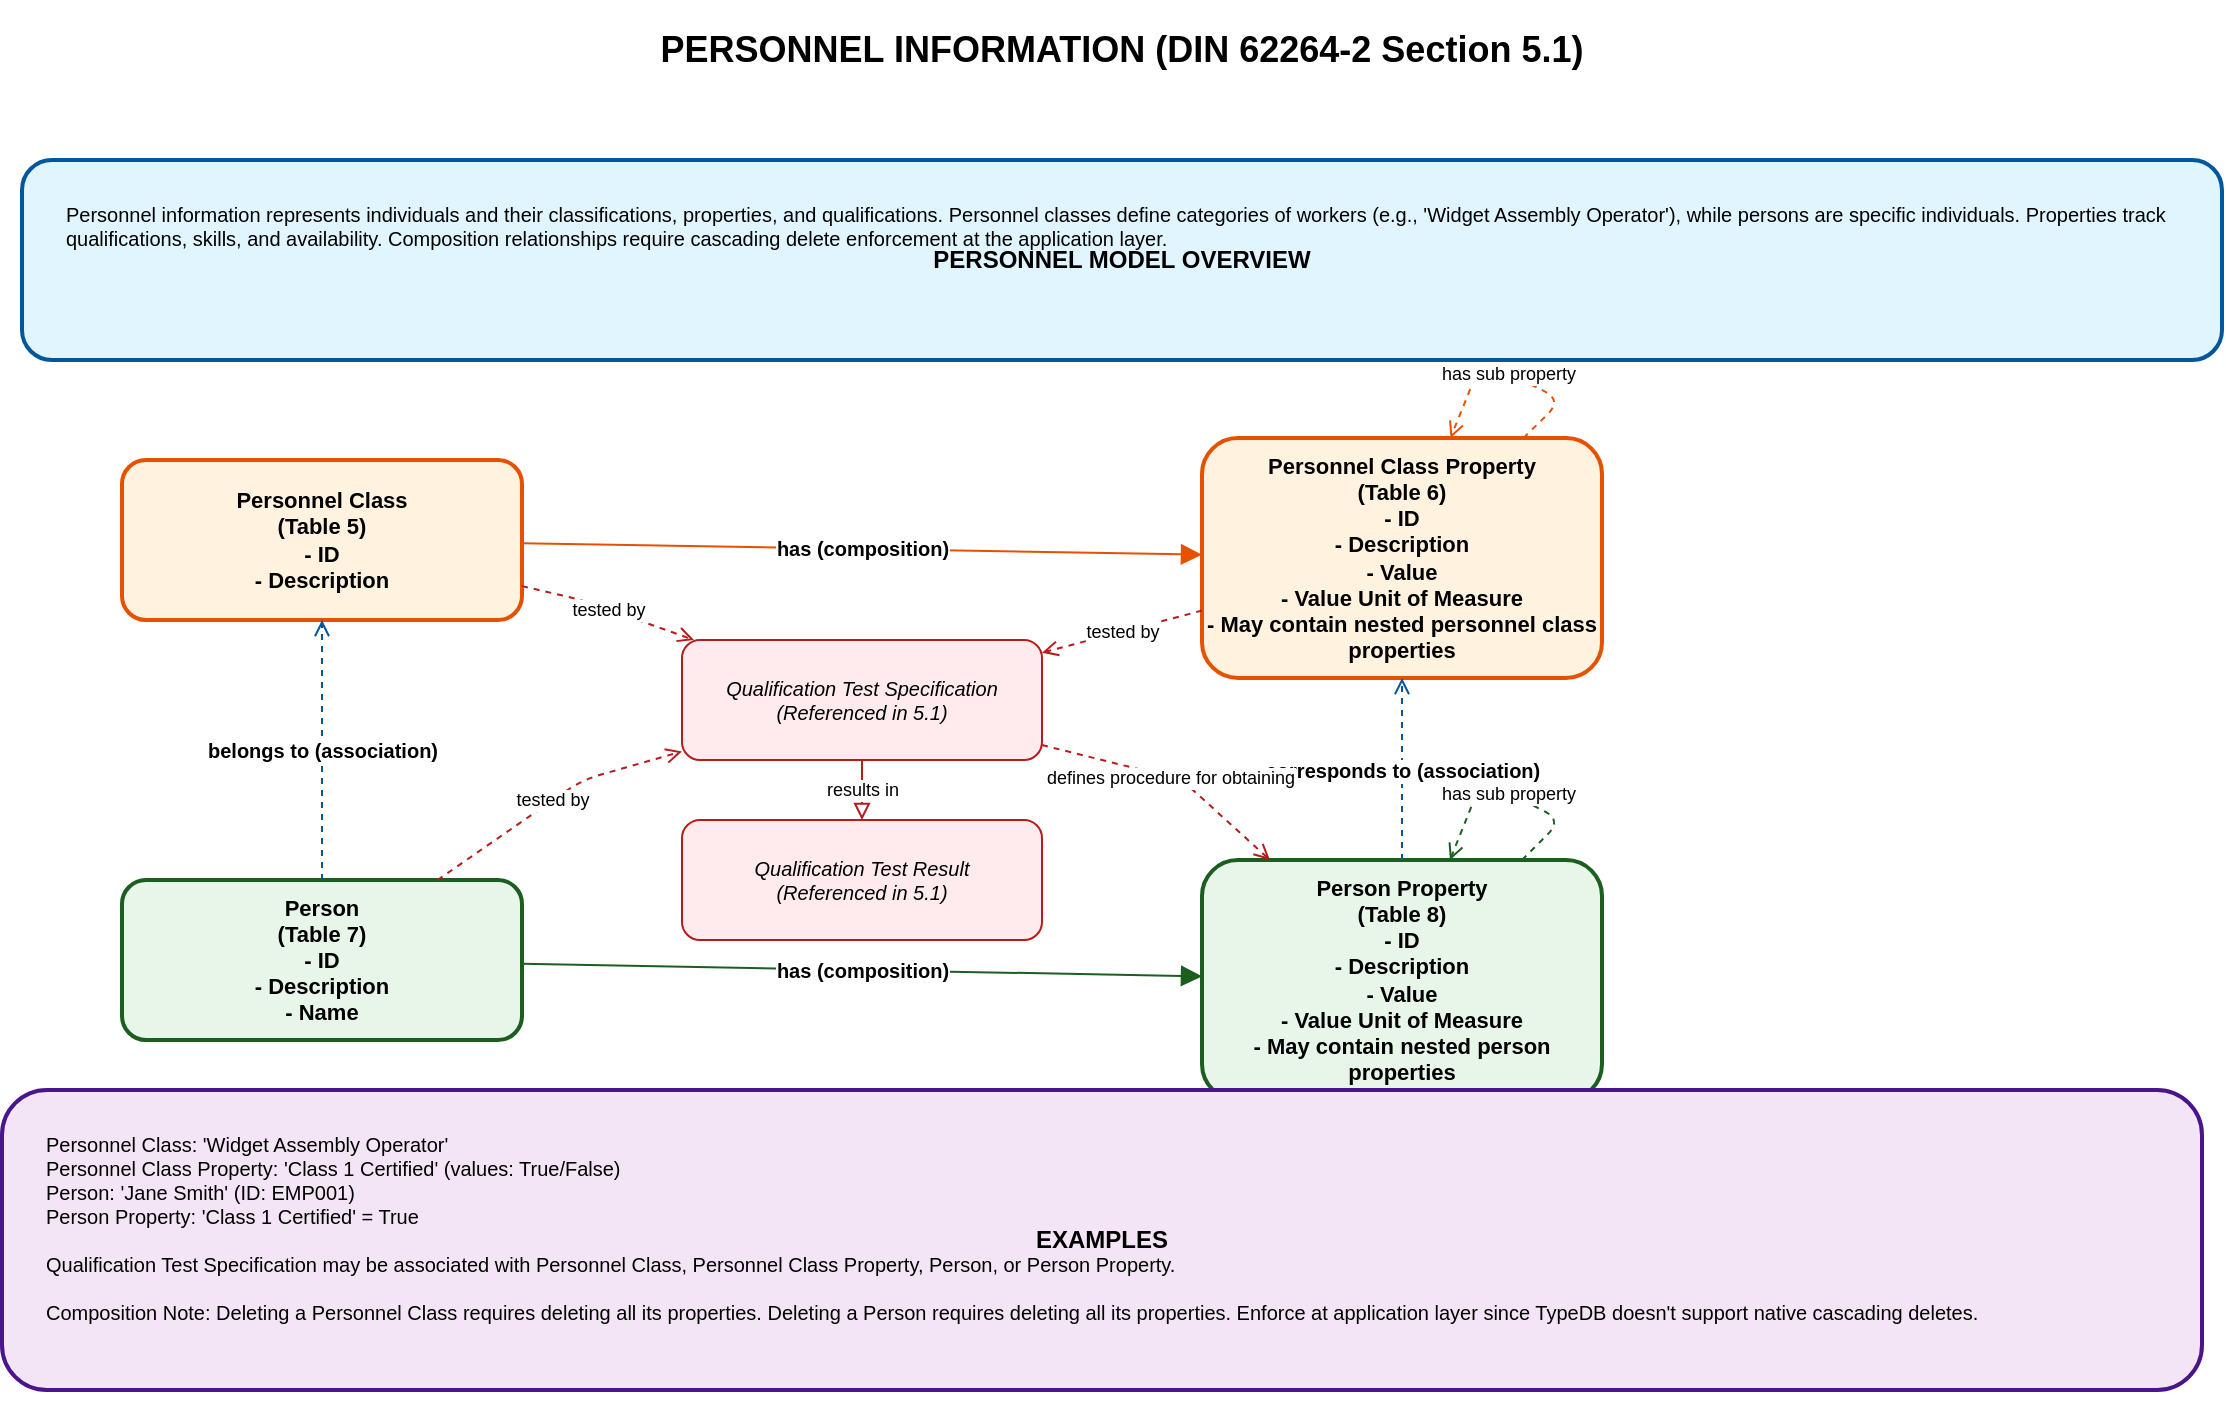
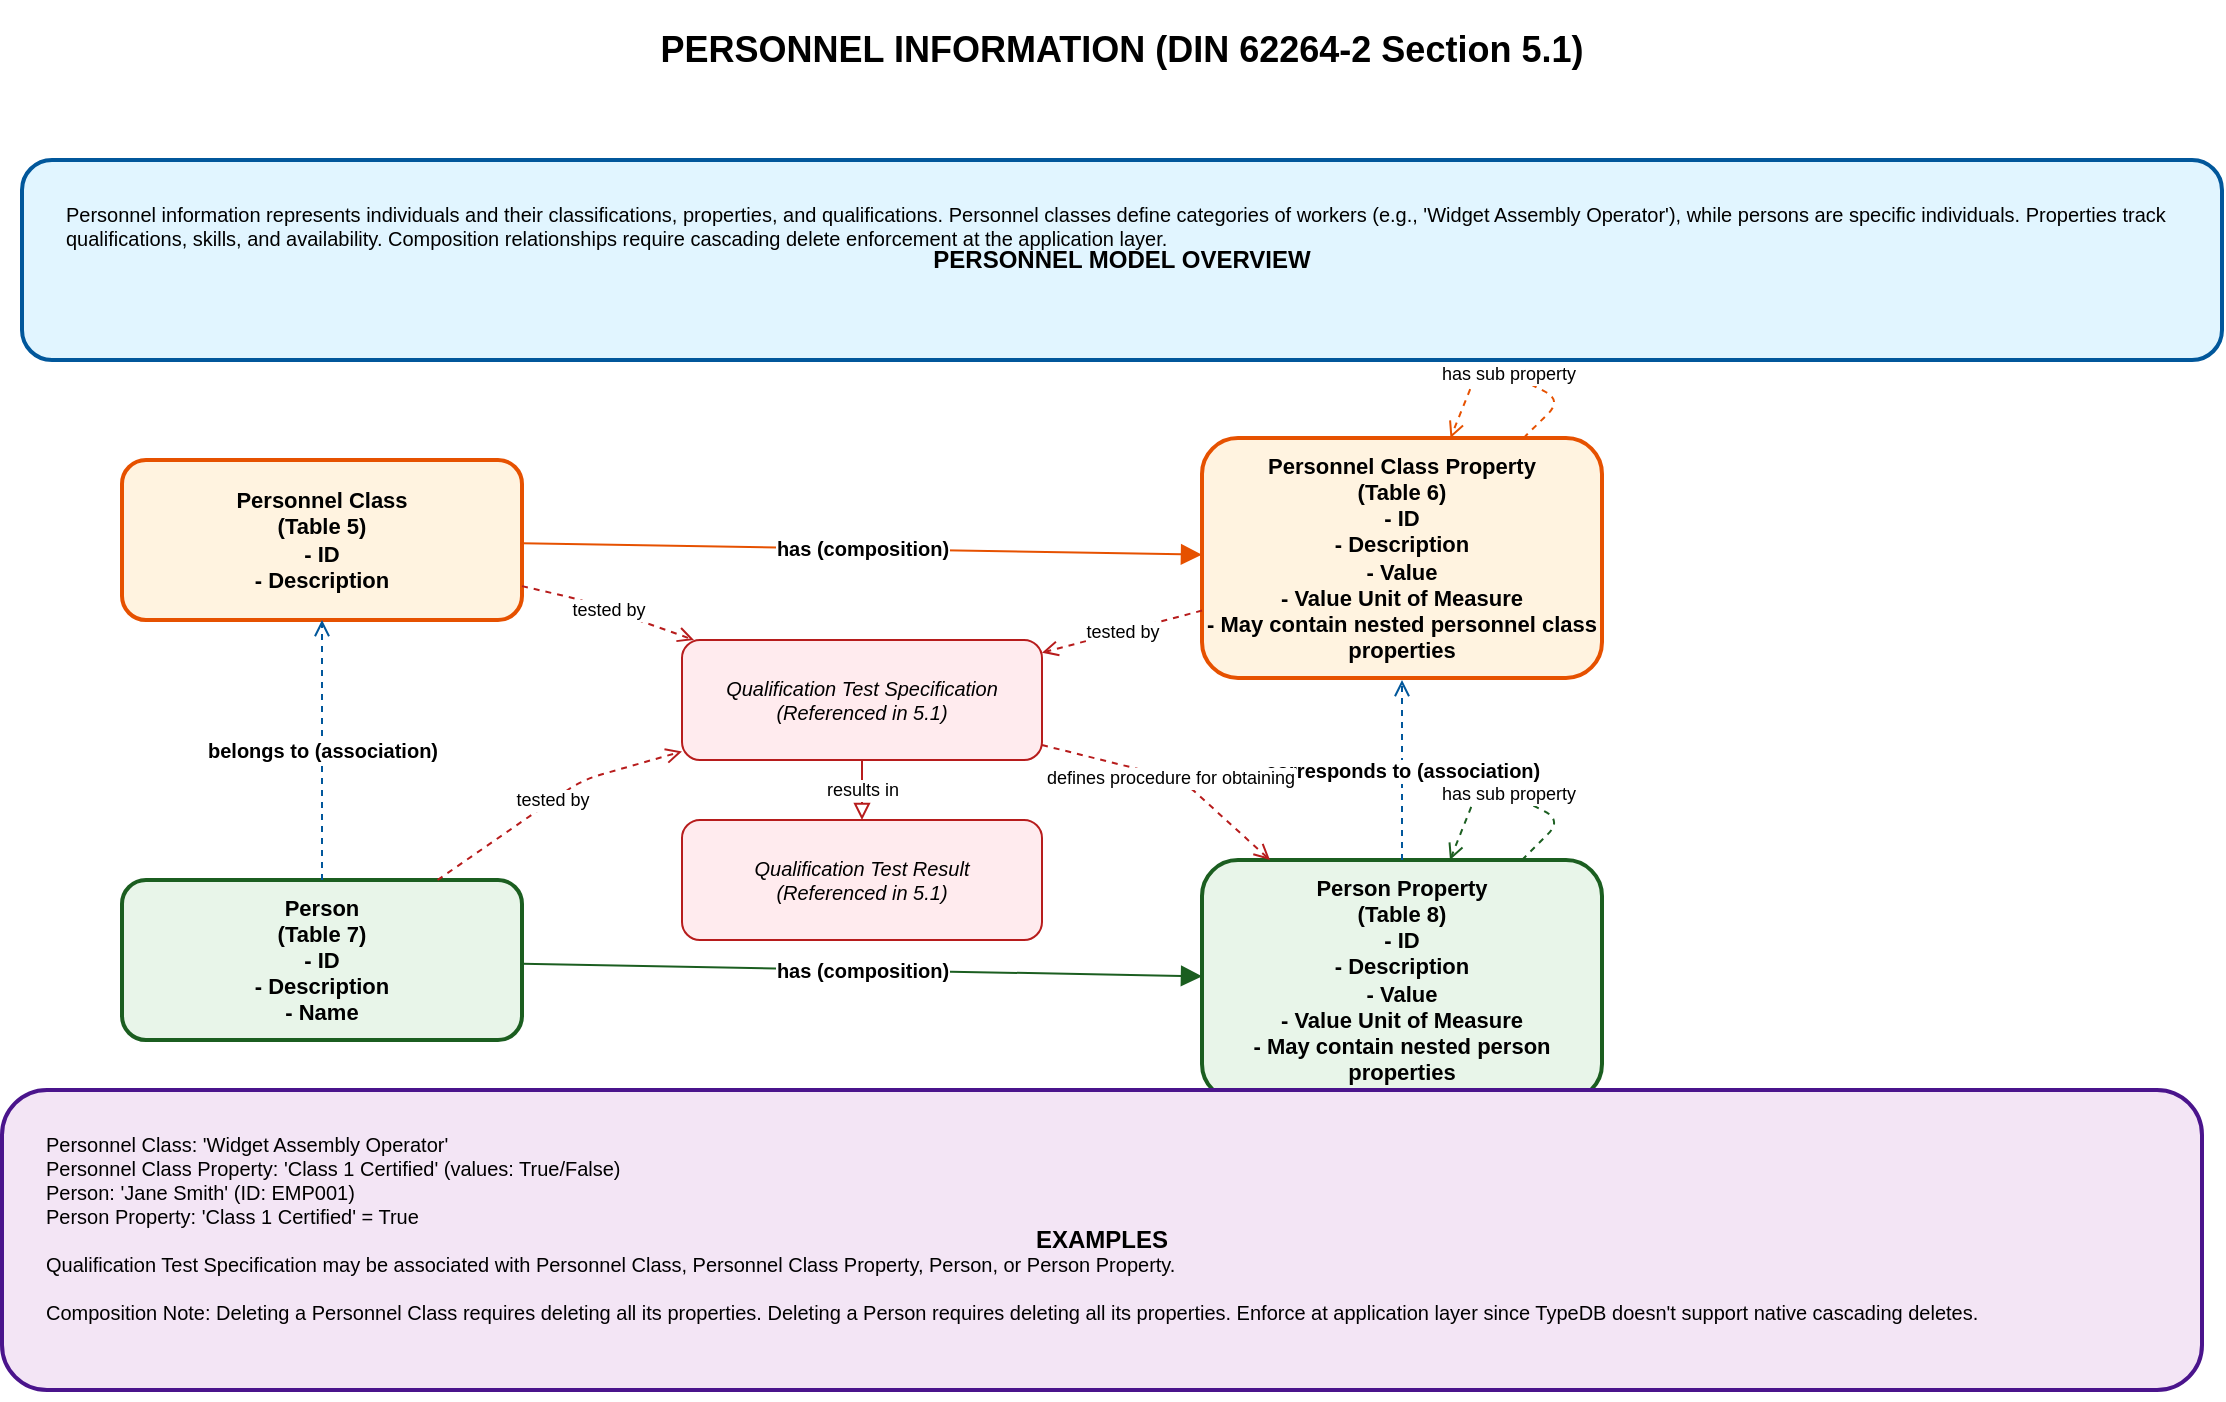
<mxfile host="65bd71144e">
    <diagram id="personnel_information" name="Personnel Information">
        <mxGraphModel dx="880" dy="396" grid="1" gridSize="10" guides="1" tooltips="1" connect="1" arrows="1" fold="1" page="1" pageScale="1" pageWidth="1200" pageHeight="1600" background="#ffffff" math="0" shadow="0">
            <root>
                <mxCell id="0"/>
                <mxCell id="1" parent="0"/>
                <mxCell id="title" value="PERSONNEL INFORMATION (DIN 62264-2 Section 5.1)" style="text;html=1;align=center;verticalAlign=middle;whiteSpace=wrap;rounded=0;fontSize=18;fontStyle=1;fillColor=none;strokeColor=none;" parent="1" vertex="1">
                    <mxGeometry x="50" y="20" width="1100" height="50" as="geometry"/>
                </mxCell>
                <mxCell id="definition_box" value="PERSONNEL MODEL OVERVIEW" style="rounded=1;whiteSpace=wrap;html=1;fillColor=#e1f5ff;strokeColor=#01579b;strokeWidth=2;fontSize=12;fontStyle=1;" parent="1" vertex="1">
                    <mxGeometry x="50" y="100" width="1100" height="100" as="geometry"/>
                </mxCell>
                <mxCell id="definition_text" value="Personnel information represents individuals and their classifications, properties, and qualifications. Personnel classes define categories of workers (e.g., &#39;Widget Assembly Operator&#39;), while persons are specific individuals. Properties track qualifications, skills, and availability. Composition relationships require cascading delete enforcement at the application layer." style="text;html=1;align=left;verticalAlign=top;whiteSpace=wrap;rounded=0;fontSize=10;fillColor=none;strokeColor=none;" parent="1" vertex="1">
                    <mxGeometry x="70" y="115" width="1060" height="80" as="geometry"/>
                </mxCell>
                <mxCell id="personnel_class" value="Personnel Class&#xa;(Table 5)&#xa;- ID&#xa;- Description" style="rounded=1;whiteSpace=wrap;html=1;fillColor=#fff3e0;strokeColor=#e65100;strokeWidth=2;fontSize=11;fontStyle=1;" parent="1" vertex="1">
                    <mxGeometry x="100" y="250" width="200" height="80" as="geometry"/>
                </mxCell>
                <mxCell id="personnel_class_prop" value="Personnel Class Property&#xa;(Table 6)&#xa;- ID&#xa;- Description&#xa;- Value&#xa;- Value Unit of Measure&#xa;- May contain nested personnel class properties" style="rounded=1;whiteSpace=wrap;html=1;fillColor=#fff3e0;strokeColor=#e65100;strokeWidth=2;fontSize=11;fontStyle=1;" parent="1" vertex="1">
                    <mxGeometry x="640" y="239" width="200" height="120" as="geometry"/>
                </mxCell>
                <mxCell id="comp_arrow1" value="has (composition)" style="endArrow=block;html=1;fontSize=10;fontStyle=1;endFill=1;endSize=8;strokeColor=#e65100;" parent="1" source="personnel_class" target="personnel_class_prop" edge="1">
                    <mxGeometry width="50" height="50" relative="1" as="geometry">
                        <mxPoint x="300" y="290" as="sourcePoint"/>
                        <mxPoint x="350" y="290" as="targetPoint"/>
                    </mxGeometry>
                </mxCell>
-                 <mxCell id="nested_pc_prop" value="has sub property" style="endArrow=open;html=1;fontSize=9;dashed=1;strokeColor=#e65100;" parent="1" source="personnel_class_prop" target="personnel_class_prop" edge="1">
+                 <mxCell id="nested_pc_prop" value="has sub property" style="endArrow=open;html=1;fontSize=9;dashed=1;strokeColor=#e65100;" edge="1" parent="1" source="personnel_class_prop" target="personnel_class_prop">
                    <mxGeometry relative="1" as="geometry">
                        <mxPoint x="760" y="260" as="targetPoint"/>
                        <Array as="points">
                            <mxPoint x="820" y="220"/>
                            <mxPoint x="780" y="200"/>
                        </Array>
                    </mxGeometry>
                </mxCell>
                <mxCell id="person" value="Person&#xa;(Table 7)&#xa;- ID&#xa;- Description&#xa;- Name" style="rounded=1;whiteSpace=wrap;html=1;fillColor=#e8f5e9;strokeColor=#1b5e20;strokeWidth=2;fontSize=11;fontStyle=1;" parent="1" vertex="1">
                    <mxGeometry x="100" y="460" width="200" height="80" as="geometry"/>
                </mxCell>
                <mxCell id="person_prop" value="Person Property&#xa;(Table 8)&#xa;- ID&#xa;- Description&#xa;- Value&#xa;- Value Unit of Measure&#xa;- May contain nested person properties" style="rounded=1;whiteSpace=wrap;html=1;fillColor=#e8f5e9;strokeColor=#1b5e20;strokeWidth=2;fontSize=11;fontStyle=1;" parent="1" vertex="1">
                    <mxGeometry x="640" y="450" width="200" height="120" as="geometry"/>
                </mxCell>
                <mxCell id="comp_arrow2" value="has (composition)" style="endArrow=block;html=1;fontSize=10;fontStyle=1;endFill=1;endSize=8;strokeColor=#1b5e20;" parent="1" source="person" target="person_prop" edge="1">
                    <mxGeometry width="50" height="50" relative="1" as="geometry">
                        <mxPoint x="300" y="440" as="sourcePoint"/>
                        <mxPoint x="350" y="440" as="targetPoint"/>
                    </mxGeometry>
                </mxCell>
-                 <mxCell id="nested_person_prop" value="has sub property" style="endArrow=open;html=1;fontSize=9;dashed=1;strokeColor=#1b5e20;" parent="1" source="person_prop" target="person_prop" edge="1">
+                 <mxCell id="nested_person_prop" value="has sub property" style="endArrow=open;html=1;fontSize=9;dashed=1;strokeColor=#1b5e20;" edge="1" parent="1" source="person_prop" target="person_prop">
                    <mxGeometry relative="1" as="geometry">
                        <mxPoint x="760" y="470" as="targetPoint"/>
                        <Array as="points">
                            <mxPoint x="820" y="430"/>
                            <mxPoint x="780" y="410"/>
                        </Array>
                    </mxGeometry>
                </mxCell>
                <mxCell id="assoc_arrow1" value="belongs to (association)" style="endArrow=open;html=1;fontSize=10;fontStyle=1;dashed=1;strokeColor=#01579b;" parent="1" source="person" target="personnel_class" edge="1">
                    <mxGeometry width="50" height="50" relative="1" as="geometry">
                        <mxPoint x="200" y="400" as="sourcePoint"/>
                        <mxPoint x="200" y="330" as="targetPoint"/>
                    </mxGeometry>
                </mxCell>
-                 <mxCell id="assoc_arrow2" value="corresponds to (association)" style="endArrow=open;html=1;fontSize=10;fontStyle=1;dashed=1;strokeColor=#01579b;" parent="1" source="person_prop" target="personnel_class_prop" edge="1">
+                 <mxCell id="assoc_arrow2" value="corresponds to (association)" style="endArrow=open;html=1;fontSize=10;fontStyle=1;dashed=1;strokeColor=#01579b;exitX=0.5;exitY=0;exitDx=0;exitDy=0;" parent="1" source="person_prop" edge="1">
                    <mxGeometry width="50" height="50" relative="1" as="geometry">
-                         <mxPoint x="450" y="400" as="sourcePoint"/>
-                         <mxPoint x="450" y="350" as="targetPoint"/>
+                         <mxPoint x="740" y="436" as="sourcePoint"/>
+                         <mxPoint x="740" y="360" as="targetPoint"/>
                    </mxGeometry>
                </mxCell>
                <mxCell id="examples_box" value="EXAMPLES" style="rounded=1;whiteSpace=wrap;html=1;fillColor=#f3e5f5;strokeColor=#4a148c;strokeWidth=2;fontSize=12;fontStyle=1;" parent="1" vertex="1">
                    <mxGeometry x="40" y="565" width="1100" height="150" as="geometry"/>
                </mxCell>
                <mxCell id="examples_text" value="Personnel Class: &#39;Widget Assembly Operator&#39;&#xa;Personnel Class Property: &#39;Class 1 Certified&#39; (values: True/False)&#xa;Person: &#39;Jane Smith&#39; (ID: EMP001)&#xa;Person Property: &#39;Class 1 Certified&#39; = True&#xa;&#xa;Qualification Test Specification may be associated with Personnel Class, Personnel Class Property, Person, or Person Property.&#xa;&#xa;Composition Note: Deleting a Personnel Class requires deleting all its properties. Deleting a Person requires deleting all its properties. Enforce at application layer since TypeDB doesn&#39;t support native cascading deletes." style="text;html=1;align=left;verticalAlign=top;whiteSpace=wrap;rounded=0;fontSize=10;fillColor=none;strokeColor=none;" parent="1" vertex="1">
                    <mxGeometry x="60" y="580" width="1060" height="140" as="geometry"/>
                </mxCell>
                <mxCell id="qual_test_spec" value="Qualification Test Specification&#xa;(Referenced in 5.1)" style="rounded=1;whiteSpace=wrap;html=1;fillColor=#ffebee;strokeColor=#b71c1c;strokeWidth=1;fontSize=10;fontStyle=2;" parent="1" vertex="1">
                    <mxGeometry x="380" y="340" width="180" height="60" as="geometry"/>
                </mxCell>
                <mxCell id="qual_test_result" value="Qualification Test Result&#xa;(Referenced in 5.1)" style="rounded=1;whiteSpace=wrap;html=1;fillColor=#ffebee;strokeColor=#b71c1c;strokeWidth=1;fontSize=10;fontStyle=2;" parent="1" vertex="1">
                    <mxGeometry x="380" y="430" width="180" height="60" as="geometry"/>
                </mxCell>
                <mxCell id="qual_arrow1" value="tested by" style="endArrow=open;html=1;fontSize=9;dashed=1;strokeColor=#b71c1c;" parent="1" source="personnel_class_prop" target="qual_test_spec" edge="1">
                    <mxGeometry width="50" height="50" relative="1" as="geometry">
                        <mxPoint x="550" y="280" as="sourcePoint"/>
                        <mxPoint x="650" y="280" as="targetPoint"/>
                    </mxGeometry>
                </mxCell>
                <mxCell id="qual_arrow2b" value="defines procedure for obtaining" style="endArrow=open;html=1;fontSize=9;dashed=1;strokeColor=#b71c1c;" edge="1" parent="1" source="qual_test_spec" target="person_prop">
                    <mxGeometry width="50" height="50" relative="1" as="geometry">
                        <mxPoint x="520" y="355" as="sourcePoint"/>
                        <mxPoint x="350" y="420" as="targetPoint"/>
                        <Array as="points">
                            <mxPoint x="630" y="410"/>
                        </Array>
                    </mxGeometry>
                </mxCell>
                <mxCell id="qual_arrow2c" value="tested by" style="endArrow=open;html=1;fontSize=9;dashed=1;strokeColor=#b71c1c;" edge="1" parent="1" source="person" target="qual_test_spec">
                    <mxGeometry width="50" height="50" relative="1" as="geometry">
                        <mxPoint x="220" y="430" as="sourcePoint"/>
                        <mxPoint x="420" y="360" as="targetPoint"/>
                        <Array as="points">
                            <mxPoint x="330" y="410"/>
                        </Array>
                    </mxGeometry>
                </mxCell>
                <mxCell id="qual_arrow2d" value="tested by" style="endArrow=open;html=1;fontSize=9;dashed=1;strokeColor=#b71c1c;" edge="1" parent="1" source="personnel_class" target="qual_test_spec">
                    <mxGeometry width="50" height="50" relative="1" as="geometry">
                        <mxPoint x="220" y="290" as="sourcePoint"/>
                        <mxPoint x="420" y="360" as="targetPoint"/>
                        <Array as="points">
                            <mxPoint x="330" y="320"/>
                        </Array>
                    </mxGeometry>
                </mxCell>
                <mxCell id="qual_arrow3" value="results in" style="endArrow=block;html=1;fontSize=9;endFill=0;strokeColor=#b71c1c;" parent="1" source="qual_test_spec" target="qual_test_result" edge="1">
                    <mxGeometry width="50" height="50" relative="1" as="geometry">
                        <mxPoint x="740" y="310" as="sourcePoint"/>
                        <mxPoint x="740" y="330" as="targetPoint"/>
                    </mxGeometry>
                </mxCell>
            </root>
        </mxGraphModel>
    </diagram>
</mxfile>